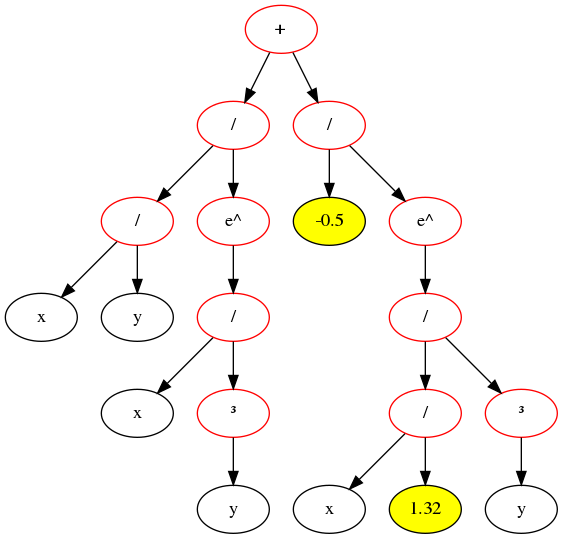
Cybernetic1/python keeps this Graphviz diagram as neuromancer/formula.dot.png. Above is the earlier version. Its source is kept beside it as neuromancer/formula.dot.
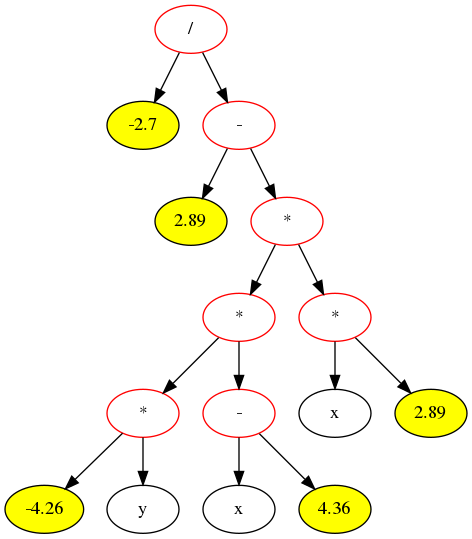
The same diagram one commit later.

Change to the diagram source:
```diff
@@ -1,39 +1,31 @@
 digraph {
-node0[label="+",color="red"];
+node0[label="/",color="red"];
 node0 -> node1;
-node1[label="/",color="red"];
-node1 -> node2;
-node2[label="/",color="red"];
+node1[label="-2.7",style="filled",fillcolor="yellow"];
+node0 -> node2;
+node2[label="-",color="red"];
 node2 -> node3;
-node3[label="x"];
+node3[label="2.89",style="filled",fillcolor="yellow"];
 node2 -> node4;
-node4[label="y"];
-node1 -> node5;
-node5[label="e^",color="red"];
+node4[label="*",color="red"];
+node4 -> node5;
+node5[label="*",color="red"];
 node5 -> node6;
-node6[label="/",color="red"];
+node6[label="*",color="red"];
 node6 -> node7;
-node7[label="x"];
+node7[label="-4.26",style="filled",fillcolor="yellow"];
 node6 -> node8;
-node8[label="³",color="red"];
-node8 -> node9;
-node9[label="y"];
-node0 -> node10;
-node10[label="/",color="red"];
-node10 -> node11;
-node11[label="-0.5",style="filled",fillcolor="yellow"];
-node10 -> node12;
-node12[label="e^",color="red"];
+node8[label="y"];
+node5 -> node9;
+node9[label="-",color="red"];
+node9 -> node10;
+node10[label="x"];
+node9 -> node11;
+node11[label="4.36",style="filled",fillcolor="yellow"];
+node4 -> node12;
+node12[label="*",color="red"];
 node12 -> node13;
-node13[label="/",color="red"];
-node13 -> node14;
-node14[label="/",color="red"];
-node14 -> node15;
-node15[label="x"];
-node14 -> node16;
-node16[label="1.32",style="filled",fillcolor="yellow"];
-node13 -> node17;
-node17[label="³",color="red"];
-node17 -> node18;
-node18[label="y"];
+node13[label="x"];
+node12 -> node14;
+node14[label="2.89",style="filled",fillcolor="yellow"];
 }
```
